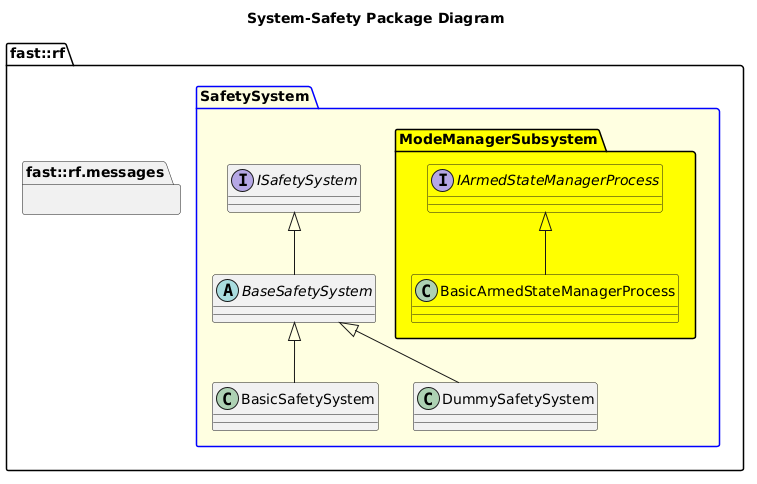
The PlantUML diagram Systems/Safety/doc/puml/SystemSafetyPackageDiagram.png in fastrobotics/robot_framework, before a commit. Its diagram source:
```plantuml
@startuml
title System-Safety Package Diagram

namespace fast::rf {
  namespace messages  {}
  package SafetySystem #LightYellow;line:blue {
    interface ISafetySystem {
    }
    abstract BaseSafetySystem {
    }
    ISafetySystem <|-- BaseSafetySystem
    class BasicSafetySystem {

    }
    BaseSafetySystem <|-- BasicSafetySystem
    class DummySafetySystem  {
    }
    BaseSafetySystem <|-- DummySafetySystem
    namespace ModeManagerSubsystem #Yellow {
      interface IArmedStateManagerProcess #Yellow {

      }
      class BasicArmedStateManagerProcess #Yellow {
      }
      BasicArmedStateManagerProcess -up-|> IArmedStateManagerProcess
    }
  }
}
@enduml
```
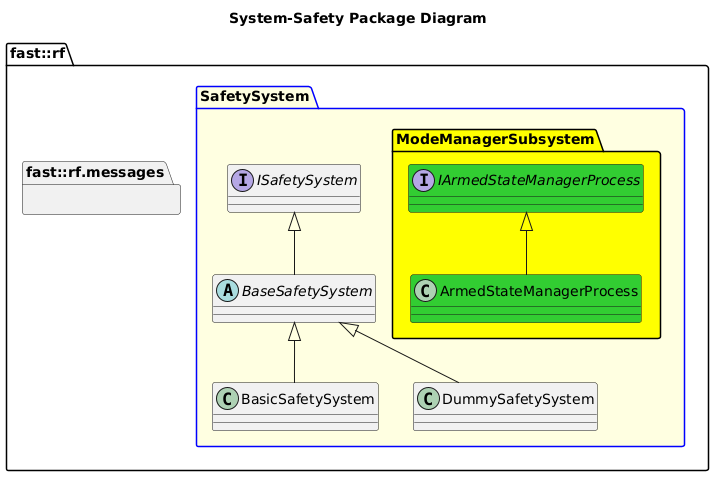
The same file after the commit.

Change to the diagram source:
```diff
@@ -17,12 +17,12 @@
     }
     BaseSafetySystem <|-- DummySafetySystem
     namespace ModeManagerSubsystem #Yellow {
-      interface IArmedStateManagerProcess #Yellow {
+      interface IArmedStateManagerProcess #LimeGreen {
 
       }
-      class BasicArmedStateManagerProcess #Yellow {
+      class ArmedStateManagerProcess #LimeGreen {
       }
-      BasicArmedStateManagerProcess -up-|> IArmedStateManagerProcess
+      ArmedStateManagerProcess -up-|> IArmedStateManagerProcess
     }
   }
 }
```
